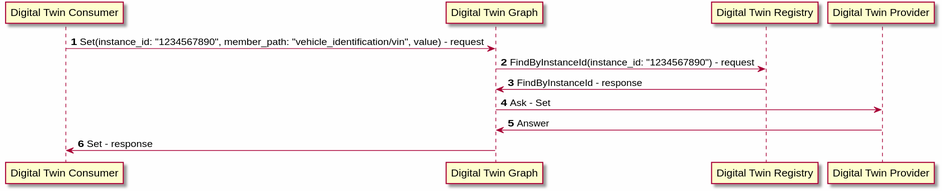
Above: docs/design/modules/digital_twin_graph/diagrams/set_sequence.svg in eclipse-ibeji/ibeji (PlantUML), before the change. Its diagram source:
```plantuml
@startuml
skinparamlocked backgroundColor fefefe

autonumber

participant "Digital Twin Consumer" as CONSUMER
participant "Digital Twin Graph" as DIGITAL_TWIN_GRAPH
participant "Digital Twin Registry" as DIGITAL_TWIN_REGISTRY
participant "Digital Twin Provider" as PROVIDER

CONSUMER -> DIGITAL_TWIN_GRAPH: Set(instance_id: "1234567890", member_path: "vehicle_identification/vin", value) - request

DIGITAL_TWIN_GRAPH -> DIGITAL_TWIN_REGISTRY: FindByInstanceId(instance_id: "1234567890") - request
DIGITAL_TWIN_GRAPH <- DIGITAL_TWIN_REGISTRY: FindByInstanceId - response

DIGITAL_TWIN_GRAPH -> PROVIDER: Ask - Set

DIGITAL_TWIN_GRAPH <- PROVIDER: Answer

CONSUMER <- DIGITAL_TWIN_GRAPH: Set - response

@enduml
```
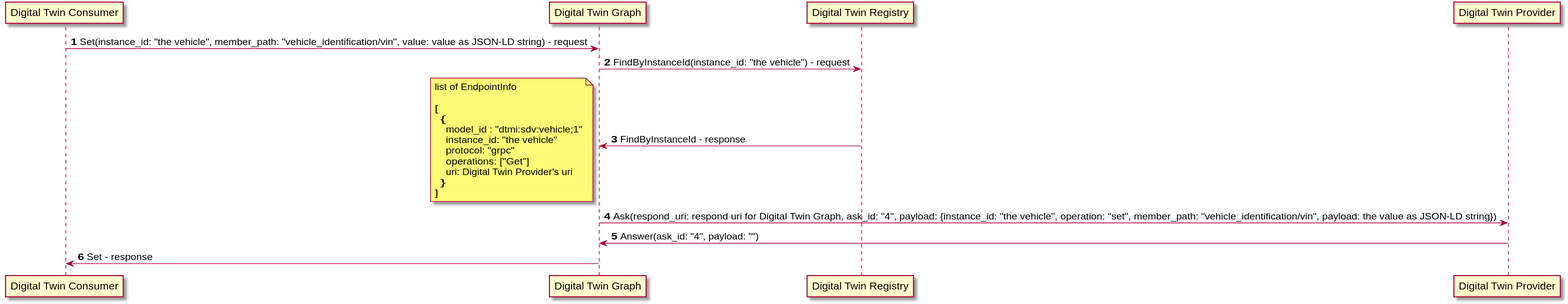
Later version of the same file.

Commit message:
Digital Twin Graph

Diff of the diagram source:
```diff
@@ -1,5 +1,4 @@
 @startuml
-skinparamlocked backgroundColor fefefe
 
 autonumber
 
@@ -8,14 +7,26 @@
 participant "Digital Twin Registry" as DIGITAL_TWIN_REGISTRY
 participant "Digital Twin Provider" as PROVIDER
 
-CONSUMER -> DIGITAL_TWIN_GRAPH: Set(instance_id: "1234567890", member_path: "vehicle_identification/vin", value) - request
+CONSUMER -> DIGITAL_TWIN_GRAPH: Set(instance_id: "the vehicle", member_path: "vehicle_identification/vin", value: value as JSON-LD string) - request
 
-DIGITAL_TWIN_GRAPH -> DIGITAL_TWIN_REGISTRY: FindByInstanceId(instance_id: "1234567890") - request
+DIGITAL_TWIN_GRAPH -> DIGITAL_TWIN_REGISTRY: FindByInstanceId(instance_id: "the vehicle") - request
 DIGITAL_TWIN_GRAPH <- DIGITAL_TWIN_REGISTRY: FindByInstanceId - response
+note left
+  list of EndpointInfo
 
-DIGITAL_TWIN_GRAPH -> PROVIDER: Ask - Set
+  [
+    {
+      model_id : "dtmi:sdv:vehicle;1"
+      instance_id: "the vehicle"
+      protocol: "grpc"
+      operations: ["Get"]
+      uri: Digital Twin Provider's uri
+    }
+  ]
+end note
 
-DIGITAL_TWIN_GRAPH <- PROVIDER: Answer
+DIGITAL_TWIN_GRAPH -> PROVIDER: Ask(respond_uri: respond uri for Digital Twin Graph, ask_id: "4", payload: {instance_id: "the vehicle", operation: "set", member_path: "vehicle_identification/vin", payload: the value as JSON-LD string})
+DIGITAL_TWIN_GRAPH <- PROVIDER: Answer(ask_id: "4", payload: "")
 
 CONSUMER <- DIGITAL_TWIN_GRAPH: Set - response
 
```
